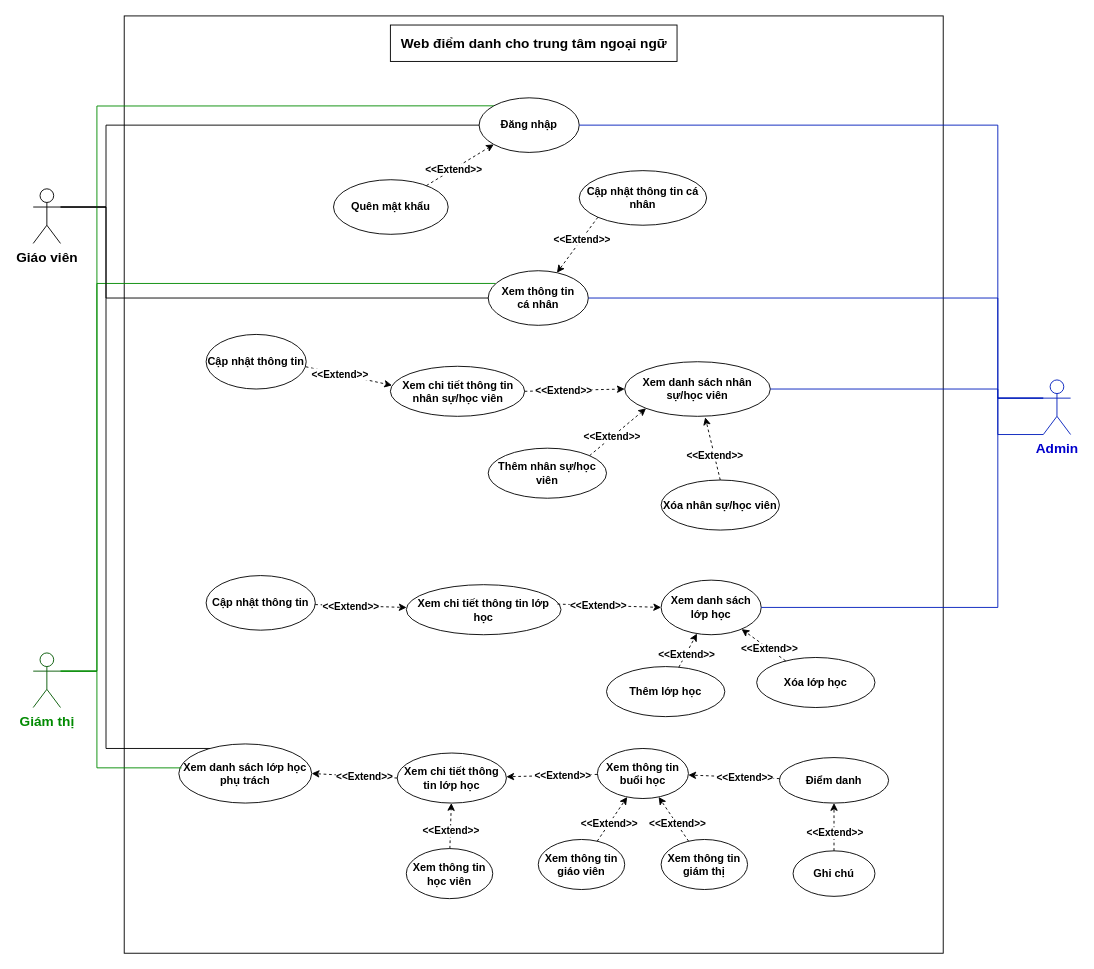
Before: Week 1/UC Diagram.drawio in astr0tas/English-Center-Attendance-Check, a draw.io diagram. Source tidied: cells renumbered, new cells numbered last; positions are measured from the earlier drawing's top-left corner, leaving out a move shared by most shapes. Both pictures are drawn from the tidied source at 91%, with x=0, y=0 at pixel (33, 15).
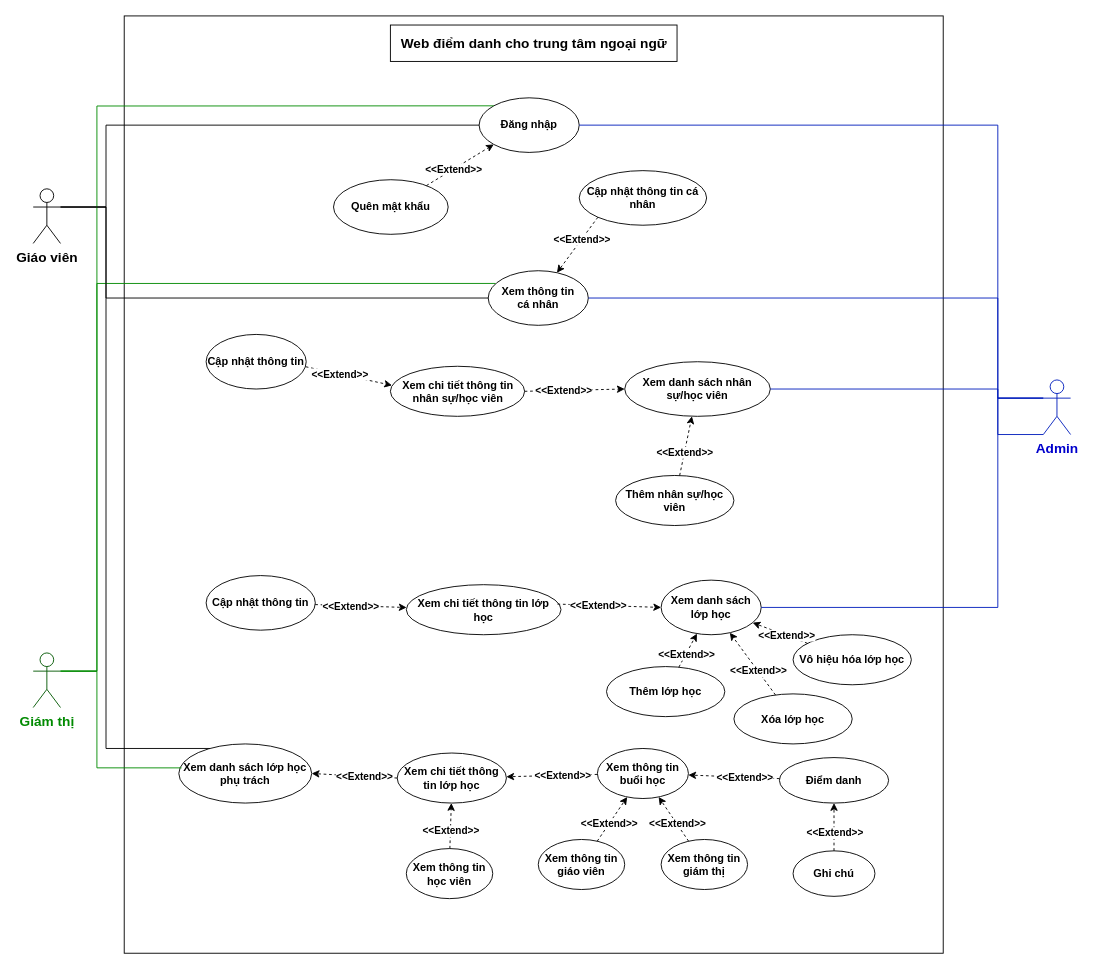
After the change.

Unchanged cells that the change refers to:
```xml
<mxCell id="10" value="Xem danh sách lớp học" style="ellipse;whiteSpace=wrap;html=1;fontStyle=1;" parent="1" vertex="1">
  <mxGeometry x="690" y="620" width="110" height="60" as="geometry" />
</mxCell>
<mxCell id="12" value="Xem danh sách nhân sự/học viên" style="ellipse;whiteSpace=wrap;html=1;fontStyle=1;" parent="1" vertex="1">
  <mxGeometry x="650" y="380" width="160" height="60" as="geometry" />
</mxCell>
```

The edit, as a diff of the source:
```diff
@@
     <mxCell id="30" value="Thêm nhân sự/học viên" style="ellipse;whiteSpace=wrap;html=1;fontStyle=1;" parent="1" vertex="1">
-      <mxGeometry x="500" y="475" width="130" height="55" as="geometry" />
+      <mxGeometry x="640" y="505" width="130" height="55" as="geometry" />
     </mxCell>
-    <mxCell id="31" value="Xóa nhân sự/học viên" style="ellipse;whiteSpace=wrap;html=1;fontStyle=1;" parent="1" vertex="1">
-      <mxGeometry x="690" y="510" width="130" height="55" as="geometry" />
-    </mxCell>
@@
-    <mxCell id="34" style="endArrow=classic;html=1;rounded=0;exitX=1;exitY=0;exitDx=0;exitDy=0;dashed=1;fontStyle=1;entryX=0;entryY=1;entryDx=0;entryDy=0;" parent="1" edge="1" source="30" target="12">
+    <mxCell id="34" style="endArrow=classic;html=1;rounded=0;dashed=1;fontStyle=1;" parent="1" edge="1" source="30" target="12">
       <mxGeometry relative="1" as="geometry" />
     </mxCell>
@@
-    <mxCell id="36" style="endArrow=classic;html=1;rounded=0;exitX=0.5;exitY=0;exitDx=0;exitDy=0;dashed=1;fontStyle=1;entryX=0.553;entryY=1.019;entryDx=0;entryDy=0;entryPerimeter=0;" parent="1" edge="1" source="31" target="12">
-      <mxGeometry relative="1" as="geometry" />
-    </mxCell>
-    <mxCell id="37" value="&amp;lt;&amp;lt;Extend&amp;gt;&amp;gt;" style="edgeLabel;html=1;align=center;verticalAlign=middle;fontStyle=1;" parent="36" vertex="1">
-      <mxGeometry x="-0.22" relative="1" as="geometry" />
-    </mxCell>
@@
     <mxCell id="43" value="Xóa lớp học" style="ellipse;whiteSpace=wrap;html=1;fontStyle=1;" parent="1" vertex="1">
-      <mxGeometry x="795" y="705" width="130" height="55" as="geometry" />
+      <mxGeometry x="770" y="745" width="130" height="55" as="geometry" />
     </mxCell>
@@
+    <mxCell id="73" value="Vô hiệu hóa lớp học" style="ellipse;whiteSpace=wrap;html=1;fontStyle=1;" parent="1" vertex="1">
+      <mxGeometry x="835" y="680" width="130" height="55" as="geometry" />
+    </mxCell>
+    <mxCell id="74" style="endArrow=classic;html=1;rounded=0;dashed=1;fontStyle=1;" parent="1" edge="1" source="73" target="10">
+      <mxGeometry relative="1" as="geometry" />
+    </mxCell>
+    <mxCell id="37" value="&amp;lt;&amp;lt;Extend&amp;gt;&amp;gt;" style="edgeLabel;html=1;align=center;verticalAlign=middle;fontStyle=1;" parent="74" vertex="1">
+      <mxGeometry x="-0.22" relative="1" as="geometry" />
+    </mxCell>
```
